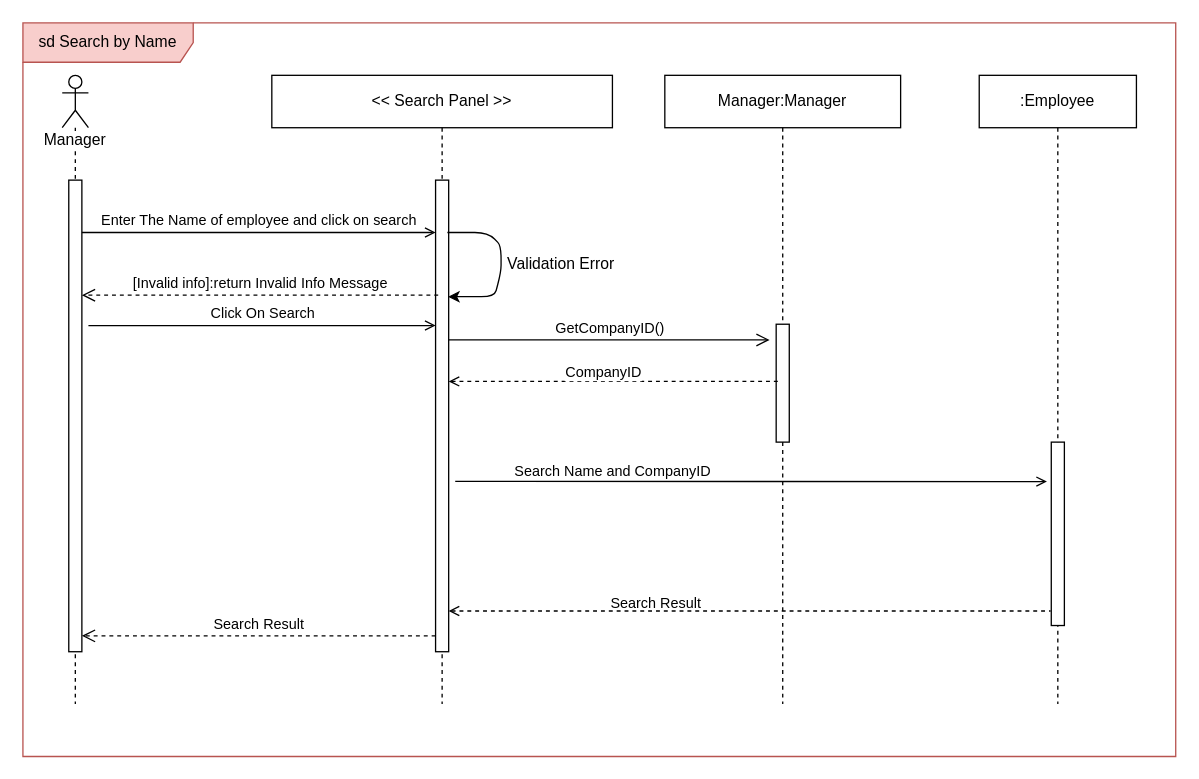
Above: page "Search-SD" (2 of 20) of SequenceDiagram/Middleware_CarBaMaSequenceDiagram.drawio in MelvinMo/CarBaMa_Automotive-Sale-Application (draw.io), before the change. Source tidied: cells renumbered, new cells numbered last; positions are measured from the earlier drawing's top-left corner, leaving out a move shared by most shapes. Both pictures are drawn from the tidied source at 131%, with x=0, y=0 at pixel (22, 22).
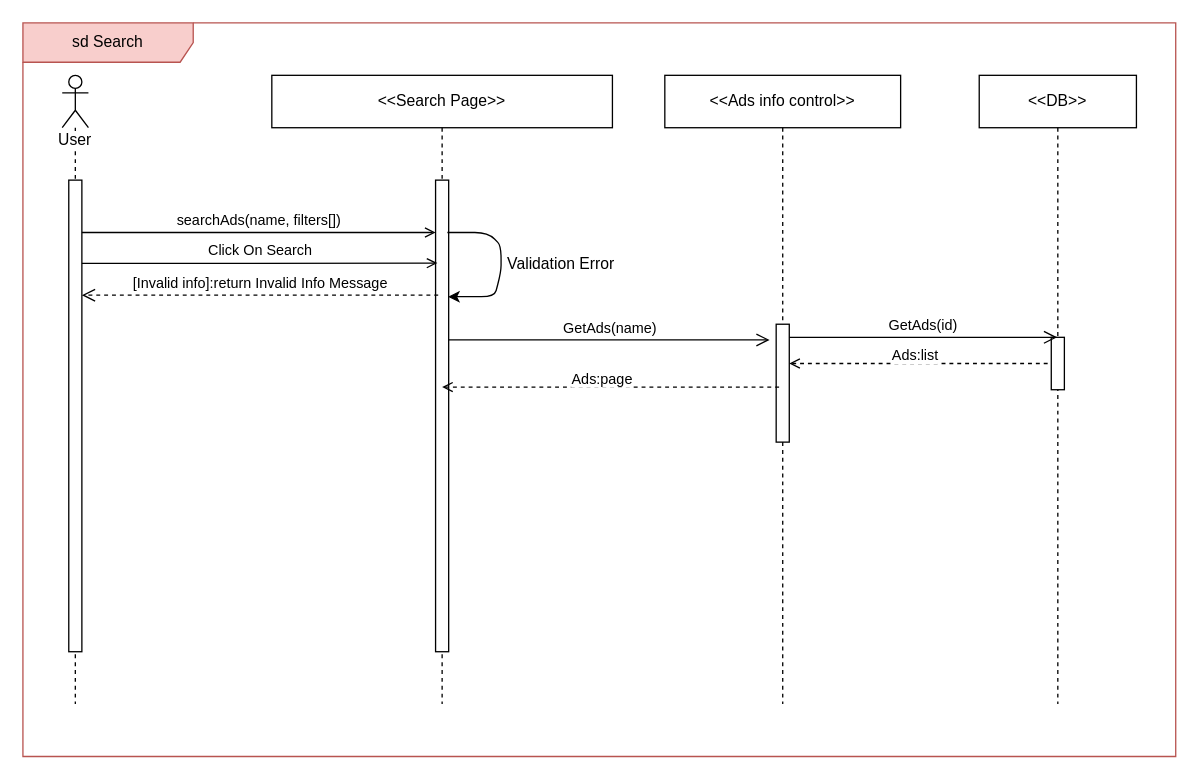
Above is the later version.

The change refers to these unchanged cells:
```xml
<mxCell id="4" style="html=1;points=[];perimeter=orthogonalPerimeter;" parent="3" vertex="1">
  <mxGeometry x="5" y="80" width="10" height="360" as="geometry" />
</mxCell>
<mxCell id="6" style="html=1;points=[];perimeter=orthogonalPerimeter;" parent="5" vertex="1">
  <mxGeometry x="125" y="80" width="10" height="360" as="geometry" />
</mxCell>
<mxCell id="9" style="html=1;points=[];perimeter=orthogonalPerimeter;" parent="8" vertex="1">
  <mxGeometry x="85" y="190" width="10" height="90" as="geometry" />
</mxCell>
```

The edit, as a diff of the source:
```diff
@@
-    <mxCell id="2" value="sd Search by Name" style="shape=umlFrame;whiteSpace=wrap;html=1;width=130;height=30;fillColor=#f8cecc;strokeColor=#b85450;" parent="1" vertex="1">
+    <mxCell id="2" value="sd Search" style="shape=umlFrame;whiteSpace=wrap;html=1;width=130;height=30;fillColor=#f8cecc;strokeColor=#b85450;" parent="1" vertex="1">
       <mxGeometry width="880" height="560" as="geometry" />
     </mxCell>
-    <mxCell id="3" value="Manager" style="shape=umlLifeline;participant=umlActor;perimeter=lifelinePerimeter;whiteSpace=wrap;html=1;verticalAlign=top;spacingTop=36;labelBackgroundColor=#ffffff;" parent="1" vertex="1">
+    <mxCell id="3" value="User" style="shape=umlLifeline;participant=umlActor;perimeter=lifelinePerimeter;whiteSpace=wrap;html=1;verticalAlign=top;spacingTop=36;labelBackgroundColor=#ffffff;" parent="1" vertex="1">
       <mxGeometry x="30" y="40" width="20" height="480" as="geometry" />
     </mxCell>
@@
-    <mxCell id="5" value="&amp;lt;&amp;lt; Search Panel &amp;gt;&amp;gt;" style="shape=umlLifeline;perimeter=lifelinePerimeter;whiteSpace=wrap;html=1;" parent="1" vertex="1">
+    <mxCell id="5" value="&amp;lt;&amp;lt;Search Page&amp;gt;&amp;gt;" style="shape=umlLifeline;perimeter=lifelinePerimeter;whiteSpace=wrap;html=1;" parent="1" vertex="1">
       <mxGeometry x="190" y="40" width="260" height="480" as="geometry" />
     </mxCell>
@@
+    <mxCell id="23" value="Click On Search" style="html=1;verticalAlign=bottom;endArrow=open;endFill=0;entryX=0.14;entryY=0.176;entryDx=0;entryDy=0;entryPerimeter=0;" parent="5" edge="1" target="6">
+      <mxGeometry relative="1" as="geometry">
+        <mxPoint x="-145" y="143.5" as="sourcePoint" />
+        <Array as="points">
+          <mxPoint x="-35" y="143.5" />
+        </Array>
+      </mxGeometry>
+    </mxCell>
-    <mxCell id="7" value="Enter The Name of employee and click on search" style="html=1;verticalAlign=bottom;endArrow=open;endFill=0;" parent="1" edge="1" source="4" target="6">
+    <mxCell id="7" value="searchAds(name, filters[])" style="html=1;verticalAlign=bottom;endArrow=open;endFill=0;" parent="1" edge="1" source="4" target="6">
       <mxGeometry relative="1" as="geometry">
         <Array as="points">
           <mxPoint x="80" y="160" />
           <mxPoint x="210" y="160" />
         </Array>
       </mxGeometry>
     </mxCell>
-    <mxCell id="8" value="Manager:Manager" style="shape=umlLifeline;perimeter=lifelinePerimeter;whiteSpace=wrap;html=1;" parent="1" vertex="1">
+    <mxCell id="8" value="&amp;lt;&amp;lt;Ads info control&amp;gt;&amp;gt;" style="shape=umlLifeline;perimeter=lifelinePerimeter;whiteSpace=wrap;html=1;" parent="1" vertex="1">
       <mxGeometry x="490" y="40" width="180" height="480" as="geometry" />
     </mxCell>
@@
-    <mxCell id="10" value="GetCompanyID()" style="html=1;verticalAlign=bottom;endArrow=open;endSize=8;" parent="1" edge="1" source="6">
+    <mxCell id="10" value="GetAds(name)" style="html=1;verticalAlign=bottom;endArrow=open;endSize=8;" parent="1" edge="1" source="6">
       <mxGeometry relative="1" as="geometry">
         <mxPoint x="570" y="242" as="targetPoint" />
       </mxGeometry>
     </mxCell>
-    <mxCell id="11" value="Search Result" style="html=1;verticalAlign=bottom;endArrow=open;dashed=1;endSize=8;exitX=0;exitY=0.959;exitDx=0;exitDy=0;exitPerimeter=0;" parent="1" edge="1">
-      <mxGeometry relative="1" as="geometry">
-        <mxPoint x="315" y="467.9" as="sourcePoint" />
-        <mxPoint x="45" y="467.9" as="targetPoint" />
-      </mxGeometry>
-    </mxCell>
-    <mxCell id="12" style="endArrow=none;dashed=1;html=1;entryX=-0.048;entryY=0.921;entryDx=0;entryDy=0;entryPerimeter=0;startArrow=open;startFill=0;" parent="1" edge="1" source="6">
-      <mxGeometry relative="1" as="geometry">
-        <mxPoint x="784.5" y="448.9" as="targetPoint" />
-      </mxGeometry>
-    </mxCell>
-    <mxCell id="13" value="Search Result" style="edgeLabel;html=1;align=center;verticalAlign=middle;labelBackgroundColor=none;" parent="1" vertex="1">
-      <mxGeometry x="480" y="373" as="geometry">
-        <mxPoint x="2" y="69" as="offset" />
-      </mxGeometry>
-    </mxCell>
-    <mxCell id="14" style="endArrow=none;dashed=1;html=1;entryX=0.124;entryY=0.485;entryDx=0;entryDy=0;entryPerimeter=0;startArrow=open;startFill=0;" parent="1" edge="1" source="6" target="9">
-      <mxGeometry relative="1" as="geometry" />
+    <mxCell id="14" style="endArrow=none;dashed=1;html=1;startArrow=open;startFill=0;" parent="1" edge="1" target="18">
+      <mxGeometry relative="1" as="geometry">
+        <mxPoint x="585" y="260" as="sourcePoint" />
+      </mxGeometry>
     </mxCell>
-    <mxCell id="15" value="CompanyID" style="edgeLabel;html=1;align=center;verticalAlign=middle;" parent="14" vertex="1">
+    <mxCell id="15" value="Ads:list" style="edgeLabel;html=1;align=center;verticalAlign=middle;" parent="14" vertex="1">
       <mxGeometry x="-0.07" y="-1" relative="1" as="geometry">
         <mxPoint y="-8" as="offset" />
       </mxGeometry>
     </mxCell>
-    <mxCell id="16" style="endArrow=open;html=1;entryX=-0.333;entryY=0.215;entryDx=0;entryDy=0;entryPerimeter=0;endFill=0;" parent="1" edge="1">
-      <mxGeometry relative="1" as="geometry">
-        <mxPoint x="330" y="350" as="sourcePoint" />
-        <mxPoint x="781.7" y="350.1" as="targetPoint" />
-      </mxGeometry>
-    </mxCell>
-    <mxCell id="17" value="Search Name and CompanyID" style="edgeLabel;html=1;align=center;verticalAlign=middle;" parent="16" vertex="1">
-      <mxGeometry x="-0.5" y="2" relative="1" as="geometry">
-        <mxPoint x="6" y="-7" as="offset" />
-      </mxGeometry>
-    </mxCell>
-    <mxCell id="18" value=":Employee" style="shape=umlLifeline;perimeter=lifelinePerimeter;whiteSpace=wrap;html=1;outlineConnect=0;" parent="1" vertex="1">
+    <mxCell id="18" value="&amp;lt;&amp;lt;DB&amp;gt;&amp;gt;" style="shape=umlLifeline;perimeter=lifelinePerimeter;whiteSpace=wrap;html=1;outlineConnect=0;" parent="1" vertex="1">
       <mxGeometry x="730" y="40" width="120" height="480" as="geometry" />
     </mxCell>
     <mxCell id="19" style="html=1;perimeter=orthogonalPerimeter;" parent="18" vertex="1">
-      <mxGeometry x="55" y="280" width="10" height="140" as="geometry" />
+      <mxGeometry x="55" y="200" width="10" height="40" as="geometry" />
     </mxCell>
+    <mxCell id="24" value="GetAds(id)" style="html=1;verticalAlign=bottom;endArrow=open;endSize=8;" parent="18" edge="1" target="18">
+      <mxGeometry relative="1" as="geometry">
+        <mxPoint x="-145" y="200" as="sourcePoint" />
+      </mxGeometry>
+    </mxCell>
@@
-    <mxCell id="23" value="Click On Search" style="html=1;verticalAlign=bottom;endArrow=open;endFill=0;" parent="1" edge="1">
-      <mxGeometry relative="1" as="geometry">
-        <mxPoint x="50" y="231" as="sourcePoint" />
-        <mxPoint x="315" y="231" as="targetPoint" />
-        <Array as="points">
-          <mxPoint x="160" y="231" />
-        </Array>
-      </mxGeometry>
-    </mxCell>
+    <mxCell id="25" style="endArrow=none;dashed=1;html=1;startArrow=open;startFill=0;" parent="1" edge="1">
+      <mxGeometry relative="1" as="geometry">
+        <mxPoint x="320" y="278" as="sourcePoint" />
+        <mxPoint x="580" y="278" as="targetPoint" />
+      </mxGeometry>
+    </mxCell>
+    <mxCell id="26" value="Ads:page" style="edgeLabel;html=1;align=center;verticalAlign=middle;" parent="25" vertex="1">
+      <mxGeometry x="-0.07" y="-1" relative="1" as="geometry">
+        <mxPoint y="-8" as="offset" />
+      </mxGeometry>
+    </mxCell>
```
